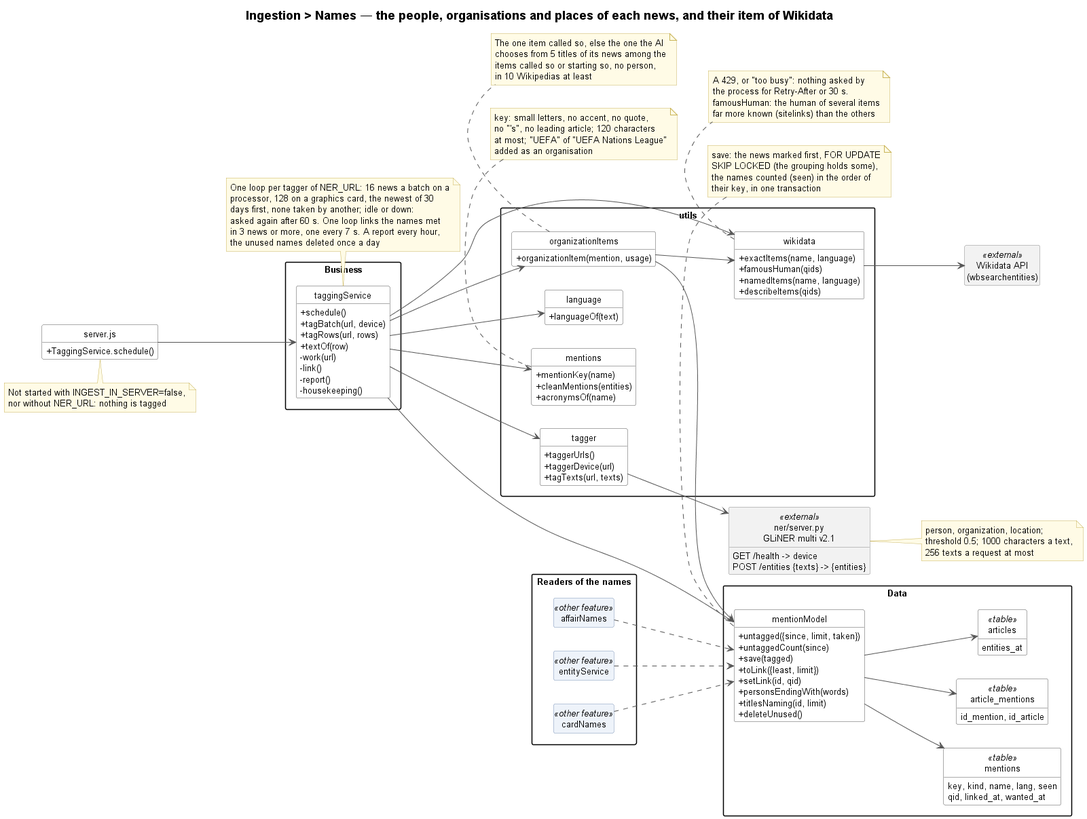
TPI2026-NewsGenerator/NewsGenerator-Backend keeps this PlantUML diagram as docs/ingestion/names/ingestion-names-class.png. Above is the earlier version.
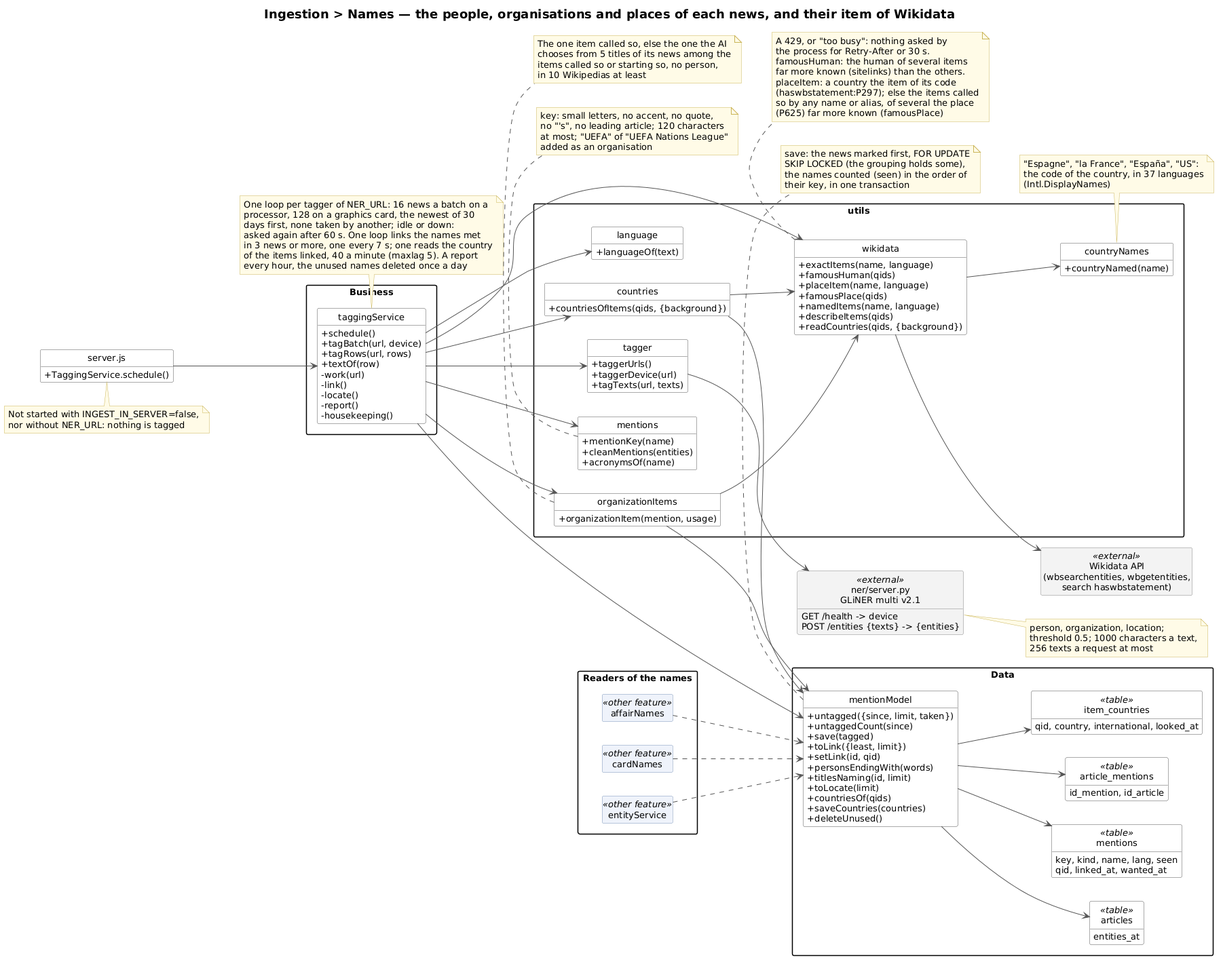
The same file after the commit.

Commit message:
Diagrams of the names: places linked, the countries of the items and of a card

What changed in the source:
```diff
@@ -19,6 +19,7 @@
         + textOf(row)
         - work(url)
         - link()
+        - locate()
         - report()
         - housekeeping()
     }
@@ -28,8 +29,9 @@
     processor, 128 on a graphics card, the newest of 30
     days first, none taken by another; idle or down:
     asked again after 60 s. One loop links the names met
-    in 3 news or more, one every 7 s. A report every hour,
-    the unused names deleted once a day
+    in 3 news or more, one every 7 s; one reads the country
+    of the items linked, 40 a minute (maxlag 5). A report
+    every hour, the unused names deleted once a day
 end note
 
 package "utils" {
@@ -49,8 +51,17 @@
     class wikidata {
         + exactItems(name, language)
         + famousHuman(qids)
+        + placeItem(name, language)
+        + famousPlace(qids)
         + namedItems(name, language)
         + describeItems(qids)
+        + readCountries(qids, {background})
+    }
+    class countryNames {
+        + countryNamed(name)
+    }
+    class countries {
+        + countriesOfItems(qids, {background})
     }
     class organizationItems {
         + organizationItem(mention, usage)
@@ -66,7 +77,16 @@
     A 429, or "too busy": nothing asked by
     the process for Retry-After or 30 s.
     famousHuman: the human of several items
-    far more known (sitelinks) than the others
+    far more known (sitelinks) than the others.
+    placeItem: a country the item of its code
+    (haswbstatement:P297); else the items called
+    so by any name or alias, of several the place
+    (P625) far more known (famousPlace)
+end note
+note bottom of countryNames
+    "Espagne", "la France", "España", "US":
+    the code of the country, in 37 languages
+    (Intl.DisplayNames)
 end note
 note bottom of organizationItems
     The one item called so, else the one the AI
@@ -84,6 +104,9 @@
         + setLink(id, qid)
         + personsEndingWith(words)
         + titlesNaming(id, limit)
+        + toLocate(limit)
+        + countriesOf(qids)
+        + saveCountries(countries)
         + deleteUnused()
     }
     class "articles" as articlesTable <<table>> {
@@ -95,6 +118,9 @@
     }
     class "article_mentions" as amTable <<table>> {
         id_mention, id_article
+    }
+    class "item_countries" as countriesTable <<table>> {
+        qid, country, international, looked_at
     }
 }
 note bottom of mentionModel
@@ -119,7 +145,7 @@
     threshold 0.5; 1000 characters a text,
     256 texts a request at most
 end note
-class "Wikidata API\n(wbsearchentities)" as WikidataApi <<external>>
+class "Wikidata API\n(wbsearchentities, wbgetentities,\nsearch haswbstatement)" as WikidataApi <<external>>
 
 serverStart --> taggingService
 taggingService --> tagger
@@ -127,6 +153,10 @@
 taggingService --> language
 taggingService --> wikidata
 taggingService --> organizationItems
+taggingService --> countries
+countries --> wikidata
+countries --> mentionModel
+wikidata --> countryNames
 organizationItems --> wikidata
 organizationItems --> mentionModel
 taggingService --> mentionModel
@@ -135,6 +165,7 @@
 mentionModel --> articlesTable
 mentionModel --> mentionsTable
 mentionModel --> amTable
+mentionModel --> countriesTable
 entityService ..> mentionModel
 cardNames ..> mentionModel
 affairNames ..> mentionModel
```
